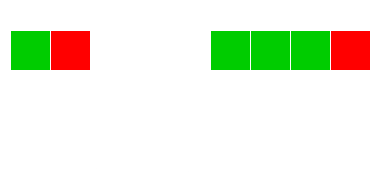
Earlier version of the draw.io export docs/Wiki/Parallelisation/diagrams/rendered/singleThread.png (butterplup/Task-Scheduler). Source tidied: cells renumbered, new cells last; positions are measured from the earlier drawing's top-left corner, leaving out a move shared by most shapes.
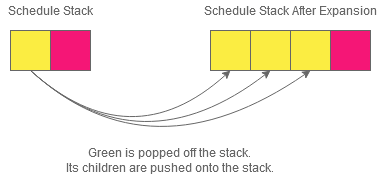
Above is the later version.

Change to the diagram source:
```diff
@@ -2,52 +2,52 @@
   <root>
     <mxCell id="0" />
     <mxCell id="1" parent="0" />
-    <mxCell id="2" style="whiteSpace=wrap;html=1;fillColor=#00CC00;strokeColor=#FFFFFF;" parent="1" vertex="1">
+    <mxCell id="2" style="whiteSpace=wrap;html=1;fillColor=#FBED42;strokeColor=#666666;" parent="1" vertex="1">
       <mxGeometry x="10" y="30" width="40" height="40" as="geometry" />
     </mxCell>
-    <mxCell id="3" style="whiteSpace=wrap;html=1;fillColor=#FF0000;strokeColor=#FFFFFF;" parent="1" vertex="1">
+    <mxCell id="3" style="whiteSpace=wrap;html=1;fillColor=#F51676;strokeColor=#666666;" parent="1" vertex="1">
       <mxGeometry x="50" y="30" width="40" height="40" as="geometry" />
     </mxCell>
-    <mxCell id="4" style="whiteSpace=wrap;html=1;fillColor=#00CC00;strokeColor=#FFFFFF;" parent="1" vertex="1">
+    <mxCell id="4" style="whiteSpace=wrap;html=1;fillColor=#FBED42;strokeColor=#666666;" parent="1" vertex="1">
       <mxGeometry x="210" y="30" width="40" height="40" as="geometry" />
     </mxCell>
-    <mxCell id="5" style="whiteSpace=wrap;html=1;fillColor=#00CC00;strokeColor=#FFFFFF;" parent="1" vertex="1">
+    <mxCell id="5" style="whiteSpace=wrap;html=1;fillColor=#FBED42;strokeColor=#666666;" parent="1" vertex="1">
       <mxGeometry x="250" y="30" width="40" height="40" as="geometry" />
     </mxCell>
-    <mxCell id="6" style="whiteSpace=wrap;html=1;fillColor=#00CC00;strokeColor=#FFFFFF;" parent="1" vertex="1">
+    <mxCell id="6" style="whiteSpace=wrap;html=1;fillColor=#FBED42;strokeColor=#666666;" parent="1" vertex="1">
       <mxGeometry x="290" y="30" width="40" height="40" as="geometry" />
     </mxCell>
-    <mxCell id="7" style="whiteSpace=wrap;html=1;fillColor=#FF0000;strokeColor=#FFFFFF;" parent="1" vertex="1">
+    <mxCell id="7" style="whiteSpace=wrap;html=1;fillColor=#F51676;strokeColor=#666666;" parent="1" vertex="1">
       <mxGeometry x="330" y="30" width="40" height="40" as="geometry" />
     </mxCell>
-    <mxCell id="8" value="Schedule Stack After Expansion" style="text;html=1;strokeColor=none;fillColor=none;align=center;verticalAlign=middle;whiteSpace=wrap;rounded=0;fontColor=#FFFFFF;" parent="1" vertex="1">
+    <mxCell id="8" value="Schedule Stack After Expansion" style="text;html=1;strokeColor=none;fillColor=none;align=center;verticalAlign=middle;whiteSpace=wrap;rounded=0;fontColor=#666666;" parent="1" vertex="1">
       <mxGeometry x="200" width="180" height="20" as="geometry" />
     </mxCell>
-    <mxCell id="9" value="Schedule Stack" style="text;html=1;strokeColor=none;fillColor=none;align=center;verticalAlign=middle;whiteSpace=wrap;rounded=0;fontColor=#FFFFFF;" parent="1" vertex="1">
+    <mxCell id="9" value="Schedule Stack" style="text;html=1;strokeColor=none;fillColor=none;align=center;verticalAlign=middle;whiteSpace=wrap;rounded=0;fontColor=#666666;" parent="1" vertex="1">
       <mxGeometry width="100" height="20" as="geometry" />
     </mxCell>
-    <mxCell id="10" style="endArrow=classic;html=1;exitX=0.5;exitY=1;exitDx=0;exitDy=0;entryX=0.5;entryY=1;entryDx=0;entryDy=0;curved=1;strokeColor=#FFFFFF;" parent="1" edge="1" source="2" target="4">
+    <mxCell id="10" style="endArrow=classic;html=1;exitX=0.5;exitY=1;exitDx=0;exitDy=0;entryX=0.5;entryY=1;entryDx=0;entryDy=0;curved=1;strokeColor=#666666;" parent="1" edge="1" source="2" target="4">
       <mxGeometry relative="1" as="geometry">
         <Array as="points">
           <mxPoint x="130" y="160" />
         </Array>
       </mxGeometry>
     </mxCell>
-    <mxCell id="11" style="endArrow=classic;html=1;exitX=0.5;exitY=1;exitDx=0;exitDy=0;entryX=0.5;entryY=1;entryDx=0;entryDy=0;curved=1;strokeColor=#FFFFFF;" parent="1" edge="1" source="2" target="5">
+    <mxCell id="11" style="endArrow=classic;html=1;exitX=0.5;exitY=1;exitDx=0;exitDy=0;entryX=0.5;entryY=1;entryDx=0;entryDy=0;curved=1;strokeColor=#666666;" parent="1" edge="1" source="2" target="5">
       <mxGeometry relative="1" as="geometry">
         <Array as="points">
           <mxPoint x="140" y="170" />
         </Array>
       </mxGeometry>
     </mxCell>
-    <mxCell id="12" style="endArrow=classic;html=1;exitX=0.5;exitY=1;exitDx=0;exitDy=0;entryX=0.5;entryY=1;entryDx=0;entryDy=0;curved=1;strokeColor=#FFFFFF;" parent="1" edge="1" source="2" target="6">
+    <mxCell id="12" style="endArrow=classic;html=1;exitX=0.5;exitY=1;exitDx=0;exitDy=0;entryX=0.5;entryY=1;entryDx=0;entryDy=0;curved=1;strokeColor=#666666;" parent="1" edge="1" source="2" target="6">
       <mxGeometry relative="1" as="geometry">
         <Array as="points">
           <mxPoint x="150" y="180" />
         </Array>
       </mxGeometry>
     </mxCell>
-    <mxCell id="13" value="&lt;div&gt;Green is popped off the stack.&lt;/div&gt;&lt;div align=&quot;left&quot;&gt;Its children are pushed onto the stack.&lt;br&gt;&lt;/div&gt;" style="text;html=1;strokeColor=none;fillColor=none;align=center;verticalAlign=middle;whiteSpace=wrap;rounded=0;fontColor=#FFFFFF;" parent="1" vertex="1">
+    <mxCell id="13" value="&lt;div&gt;Green is popped off the stack.&lt;/div&gt;&lt;div align=&quot;left&quot;&gt;Its children are pushed onto the stack.&lt;br&gt;&lt;/div&gt;" style="text;html=1;strokeColor=none;fillColor=none;align=center;verticalAlign=middle;whiteSpace=wrap;rounded=0;fontColor=#666666;" parent="1" vertex="1">
       <mxGeometry x="10" y="150" width="320" height="20" as="geometry" />
     </mxCell>
   </root>
```
